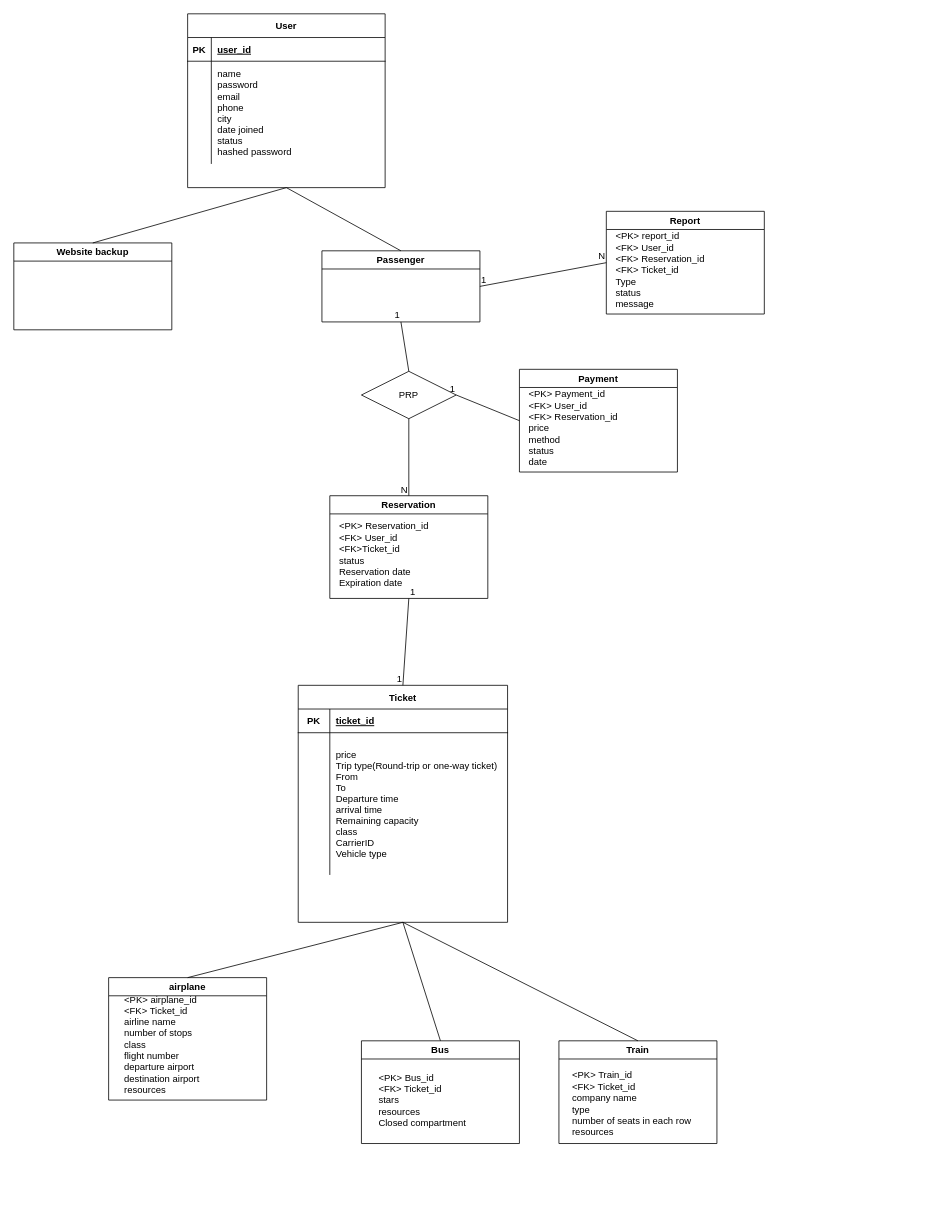
The draw.io diagram ERD.drawio in MSDeylami123/DB_Project, before the edit. Source tidied: cells renumbered, new cells numbered last; positions are measured from the earlier drawing's top-left corner, leaving out a move shared by most shapes. Both pictures are drawn from the tidied source at 79%, with x=0, y=0 at pixel (13, 13).
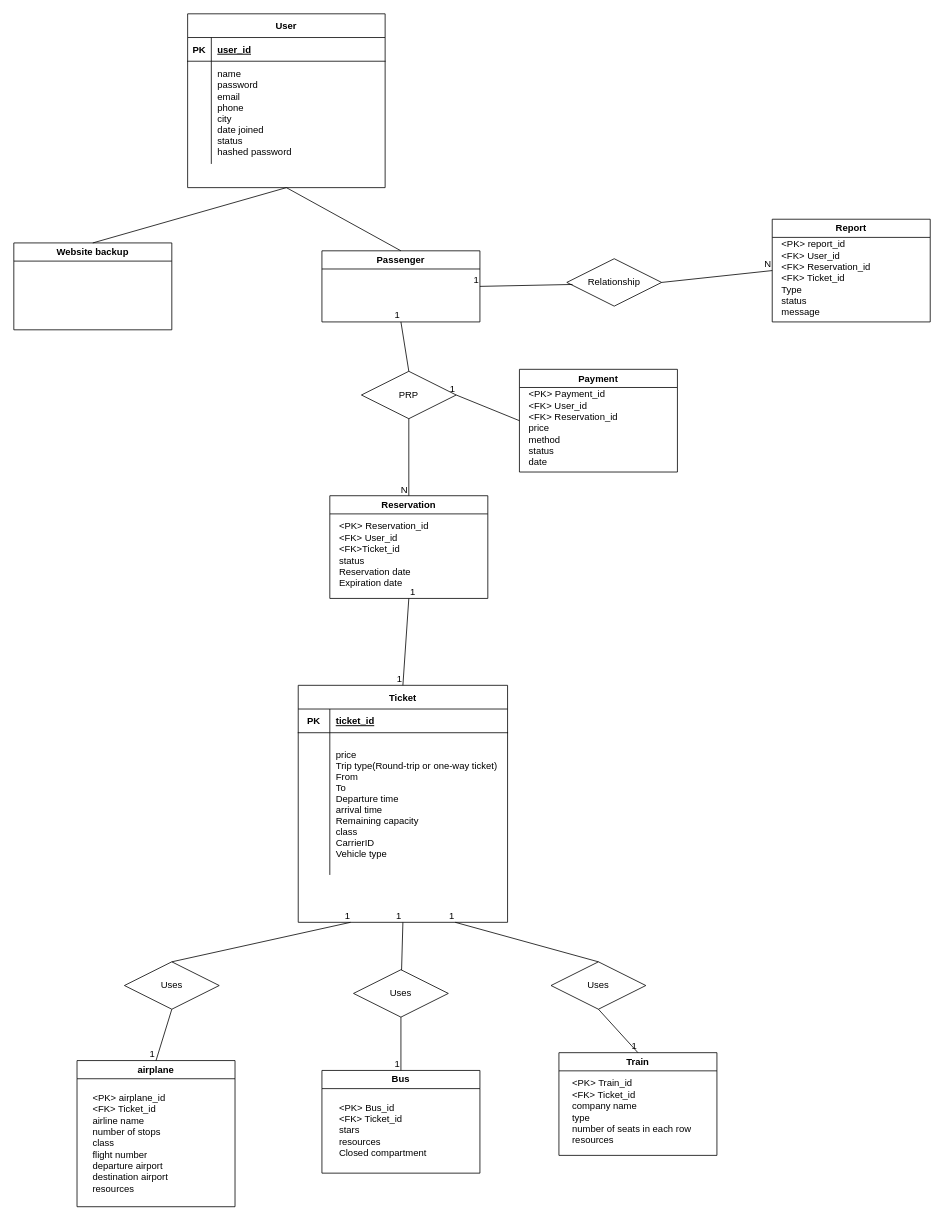
The same page after the edit.

Commit message (it also covers changes not shown here):
final changes to ERD and Tables and adding indexes

Unchanged cells that the change refers to:
```xml
<mxCell id="9" value="Passenger" style="swimlane;whiteSpace=wrap;html=1;" parent="1" vertex="1">
  <mxGeometry x="390" y="300" width="200" height="90" as="geometry" />
</mxCell>
<mxCell id="11" value="Ticket" style="shape=table;startSize=30;childLayout=tableLayout;rowLines=0;fontStyle=1;align=center;" parent="1" vertex="1">
  <mxGeometry x="360" y="850" width="265" height="300" as="geometry" />
</mxCell>
```

The edit, as a diff of the source:
```diff
@@
     <mxCell id="18" value="airplane" style="swimlane;whiteSpace=wrap;html=1;startSize=23;" parent="1" vertex="1">
-      <mxGeometry x="120" y="1220" width="200" height="155" as="geometry" />
+      <mxGeometry x="80" y="1325" width="200" height="185" as="geometry" />
     </mxCell>
     <mxCell id="19" value="&lt;div&gt;&amp;lt;PK&amp;gt; airplane_id&lt;/div&gt;&lt;div&gt;&amp;lt;FK&amp;gt; Ticket_id&lt;/div&gt;airline name&lt;div&gt;number of stops&lt;/div&gt;&lt;div&gt;class&lt;/div&gt;&lt;div&gt;flight number&lt;/div&gt;&lt;div&gt;departure airport&lt;/div&gt;&lt;div&gt;destination airport&lt;/div&gt;&lt;div&gt;resources&lt;/div&gt;" style="text;html=1;align=left;verticalAlign=middle;strokeColor=none;fillColor=none;" parent="18" vertex="1">
-      <mxGeometry x="17.5" y="15" width="120" height="140" as="geometry" />
+      <mxGeometry x="17.5" y="35" width="120" height="140" as="geometry" />
     </mxCell>
     <mxCell id="20" value="Bus" style="swimlane;whiteSpace=wrap;html=1;" parent="1" vertex="1">
-      <mxGeometry x="440" y="1300" width="200" height="130" as="geometry" />
+      <mxGeometry x="390" y="1337.5" width="200" height="130" as="geometry" />
     </mxCell>
@@
     <mxCell id="22" value="Train" style="swimlane;whiteSpace=wrap;html=1;" parent="1" vertex="1">
-      <mxGeometry x="690" y="1300" width="200" height="130" as="geometry" />
+      <mxGeometry x="690" y="1315" width="200" height="130" as="geometry" />
     </mxCell>
-    <mxCell id="23" style="endArrow=none;html=1;rounded=0;exitX=0.5;exitY=1;exitDx=0;exitDy=0;entryX=0.5;entryY=0;entryDx=0;entryDy=0;" parent="1" edge="1" source="11" target="22">
-      <mxGeometry relative="1" as="geometry" />
-    </mxCell>
-    <mxCell id="24" style="endArrow=none;html=1;rounded=0;exitX=0.5;exitY=1;exitDx=0;exitDy=0;entryX=0.5;entryY=0;entryDx=0;entryDy=0;" parent="1" edge="1" source="11" target="18">
-      <mxGeometry relative="1" as="geometry" />
-    </mxCell>
+    <mxCell id="47" value="&lt;div&gt;&amp;lt;PK&amp;gt; Train_id&lt;/div&gt;&lt;div&gt;&amp;lt;FK&amp;gt; Ticket_id&lt;/div&gt;company name&lt;div&gt;type&lt;/div&gt;&lt;div&gt;number of seats in each row&lt;/div&gt;&lt;div&gt;resources&lt;/div&gt;" style="text;html=1;align=left;verticalAlign=middle;strokeColor=none;fillColor=none;" parent="22" vertex="1">
+      <mxGeometry x="15" y="25" width="170" height="100" as="geometry" />
+    </mxCell>
@@
-    <mxCell id="41" style="endArrow=none;html=1;rounded=0;exitX=1;exitY=0.5;exitDx=0;exitDy=0;entryX=0;entryY=0.5;entryDx=0;entryDy=0;" parent="1" edge="1" source="9" target="44">
-      <mxGeometry relative="1" as="geometry" />
-    </mxCell>
-    <mxCell id="42" value="1" style="html=1;whiteSpace=wrap;align=left;verticalAlign=bottom;" parent="41" vertex="1">
-      <mxGeometry x="-1" relative="1" as="geometry" />
-    </mxCell>
-    <mxCell id="43" value="N" style="html=1;whiteSpace=wrap;align=right;verticalAlign=bottom;" parent="41" vertex="1">
-      <mxGeometry x="1" relative="1" as="geometry" />
-    </mxCell>
     <mxCell id="44" value="Report" style="swimlane;whiteSpace=wrap;html=1;" parent="1" vertex="1">
-      <mxGeometry x="750" y="250" width="200" height="130" as="geometry" />
+      <mxGeometry x="960" y="260" width="200" height="130" as="geometry" />
     </mxCell>
@@
-    <mxCell id="46" style="endArrow=none;html=1;rounded=0;exitX=0.5;exitY=1;exitDx=0;exitDy=0;entryX=0.5;entryY=0;entryDx=0;entryDy=0;" parent="1" edge="1" source="11" target="20">
-      <mxGeometry relative="1" as="geometry" />
-    </mxCell>
-    <mxCell id="47" value="&lt;div&gt;&amp;lt;PK&amp;gt; Train_id&lt;/div&gt;&lt;div&gt;&amp;lt;FK&amp;gt; Ticket_id&lt;/div&gt;company name&lt;div&gt;type&lt;/div&gt;&lt;div&gt;number of seats in each row&lt;/div&gt;&lt;div&gt;resources&lt;/div&gt;" style="text;html=1;align=left;verticalAlign=middle;strokeColor=none;fillColor=none;" parent="1" vertex="1">
-      <mxGeometry x="705" y="1330" width="170" height="100" as="geometry" />
-    </mxCell>
+    <mxCell id="48" value="Relationship" style="shape=rhombus;perimeter=rhombusPerimeter;whiteSpace=wrap;html=1;align=center;" parent="1" vertex="1">
+      <mxGeometry x="700" y="310" width="120" height="60" as="geometry" />
+    </mxCell>
+    <mxCell id="49" style="endArrow=none;html=1;rounded=0;exitX=0.06;exitY=0.543;exitDx=0;exitDy=0;exitPerimeter=0;entryX=1;entryY=0.5;entryDx=0;entryDy=0;" parent="1" edge="1" source="48" target="9">
+      <mxGeometry relative="1" as="geometry" />
+    </mxCell>
+    <mxCell id="50" value="1" style="html=1;whiteSpace=wrap;align=right;verticalAlign=bottom;" parent="49" vertex="1">
+      <mxGeometry x="1" relative="1" as="geometry" />
+    </mxCell>
+    <mxCell id="51" style="endArrow=none;html=1;rounded=0;exitX=1;exitY=0.5;exitDx=0;exitDy=0;entryX=0;entryY=0.5;entryDx=0;entryDy=0;" parent="1" edge="1" source="48" target="44">
+      <mxGeometry relative="1" as="geometry" />
+    </mxCell>
+    <mxCell id="43" value="N" style="html=1;whiteSpace=wrap;align=right;verticalAlign=bottom;" parent="51" vertex="1">
+      <mxGeometry x="1" relative="1" as="geometry" />
+    </mxCell>
+    <mxCell id="52" value="Uses" style="shape=rhombus;perimeter=rhombusPerimeter;whiteSpace=wrap;html=1;align=center;" parent="1" vertex="1">
+      <mxGeometry x="680" y="1200" width="120" height="60" as="geometry" />
+    </mxCell>
+    <mxCell id="53" style="endArrow=none;html=1;rounded=0;exitX=0.5;exitY=1;exitDx=0;exitDy=0;entryX=0.5;entryY=0;entryDx=0;entryDy=0;" parent="1" edge="1" source="52" target="22">
+      <mxGeometry relative="1" as="geometry" />
+    </mxCell>
+    <mxCell id="54" value="1" style="html=1;whiteSpace=wrap;align=right;verticalAlign=bottom;" parent="53" vertex="1">
+      <mxGeometry x="1" relative="1" as="geometry" />
+    </mxCell>
+    <mxCell id="55" value="Uses" style="shape=rhombus;perimeter=rhombusPerimeter;whiteSpace=wrap;html=1;align=center;" parent="1" vertex="1">
+      <mxGeometry x="140" y="1200" width="120" height="60" as="geometry" />
+    </mxCell>
+    <mxCell id="56" value="Uses" style="shape=rhombus;perimeter=rhombusPerimeter;whiteSpace=wrap;html=1;align=center;" parent="1" vertex="1">
+      <mxGeometry x="430" y="1210" width="120" height="60" as="geometry" />
+    </mxCell>
+    <mxCell id="57" style="endArrow=none;html=1;rounded=0;entryX=0.5;entryY=0;entryDx=0;entryDy=0;exitX=0.5;exitY=1;exitDx=0;exitDy=0;" parent="1" edge="1" source="55" target="18">
+      <mxGeometry relative="1" as="geometry" />
+    </mxCell>
+    <mxCell id="58" value="1" style="html=1;whiteSpace=wrap;align=right;verticalAlign=bottom;" parent="57" vertex="1">
+      <mxGeometry x="1" relative="1" as="geometry" />
+    </mxCell>
+    <mxCell id="59" style="endArrow=none;html=1;rounded=0;entryX=0.5;entryY=0;entryDx=0;entryDy=0;exitX=0.5;exitY=1;exitDx=0;exitDy=0;" parent="1" edge="1" source="56" target="20">
+      <mxGeometry relative="1" as="geometry" />
+    </mxCell>
+    <mxCell id="60" value="1" style="html=1;whiteSpace=wrap;align=right;verticalAlign=bottom;" parent="59" vertex="1">
+      <mxGeometry x="1" relative="1" as="geometry" />
+    </mxCell>
+    <mxCell id="61" style="endArrow=none;html=1;rounded=0;exitX=0.5;exitY=0;exitDx=0;exitDy=0;entryX=0.25;entryY=1;entryDx=0;entryDy=0;" parent="1" edge="1" source="55" target="11">
+      <mxGeometry relative="1" as="geometry" />
+    </mxCell>
+    <mxCell id="62" value="1" style="html=1;whiteSpace=wrap;align=right;verticalAlign=bottom;" parent="61" vertex="1">
+      <mxGeometry x="1" relative="1" as="geometry" />
+    </mxCell>
+    <mxCell id="63" style="endArrow=none;html=1;rounded=0;entryX=0.5;entryY=1;entryDx=0;entryDy=0;" parent="1" edge="1" source="56" target="11">
+      <mxGeometry relative="1" as="geometry" />
+    </mxCell>
+    <mxCell id="64" value="1" style="html=1;whiteSpace=wrap;align=right;verticalAlign=bottom;" parent="63" vertex="1">
+      <mxGeometry x="1" relative="1" as="geometry" />
+    </mxCell>
+    <mxCell id="65" style="endArrow=none;html=1;rounded=0;entryX=0.75;entryY=1;entryDx=0;entryDy=0;exitX=0.5;exitY=0;exitDx=0;exitDy=0;" parent="1" edge="1" source="52" target="11">
+      <mxGeometry relative="1" as="geometry" />
+    </mxCell>
+    <mxCell id="66" value="1" style="html=1;whiteSpace=wrap;align=right;verticalAlign=bottom;" parent="65" vertex="1">
+      <mxGeometry x="1" relative="1" as="geometry" />
+    </mxCell>
```
